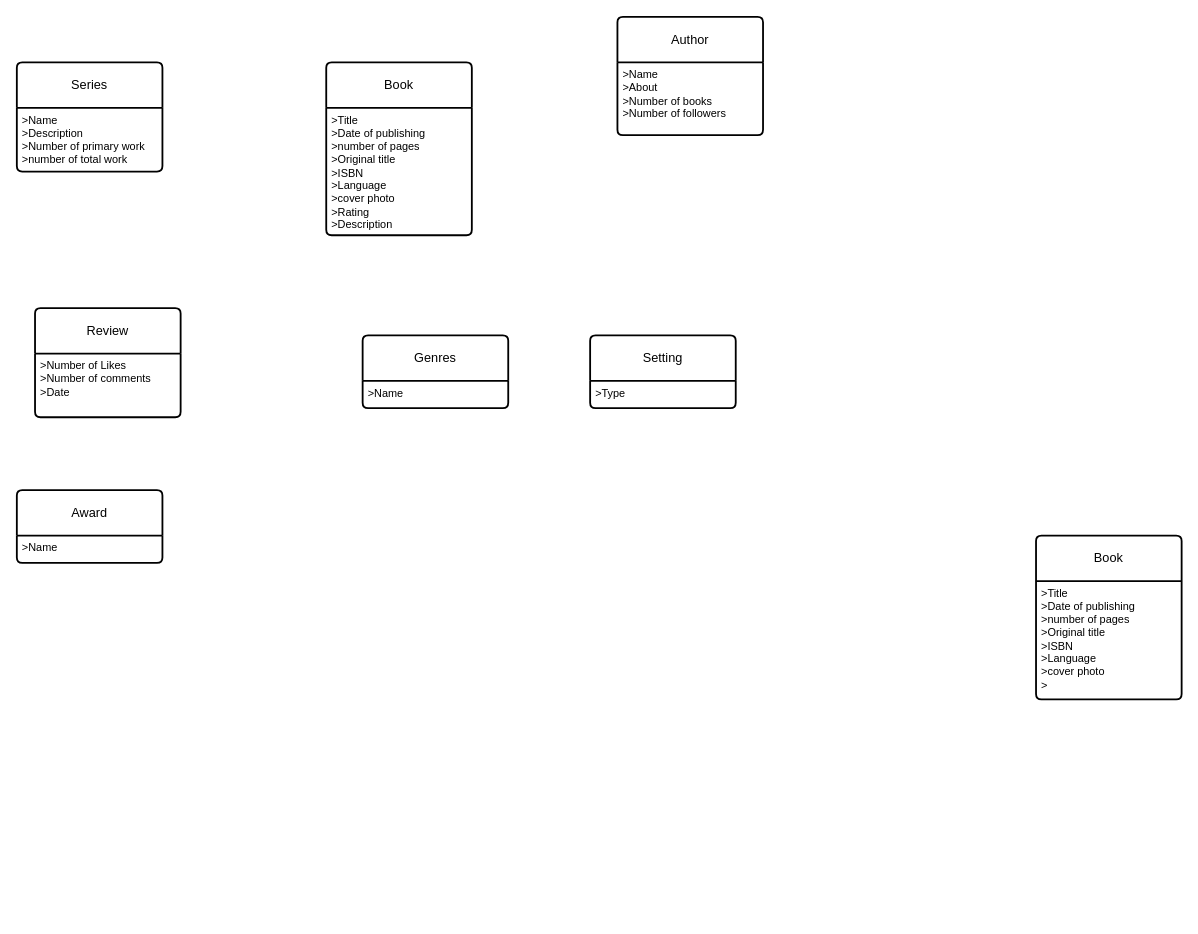
This is Untitled Diagram.drawio from AyushSaxena01/erd, a draw.io file, before an edit. Source tidied: cells renumbered, new cells numbered last; positions are measured from the earlier drawing's top-left corner, leaving out a move shared by most shapes. Both pictures are drawn from the tidied source at 91%, with x=0, y=0 at pixel (16, 16).
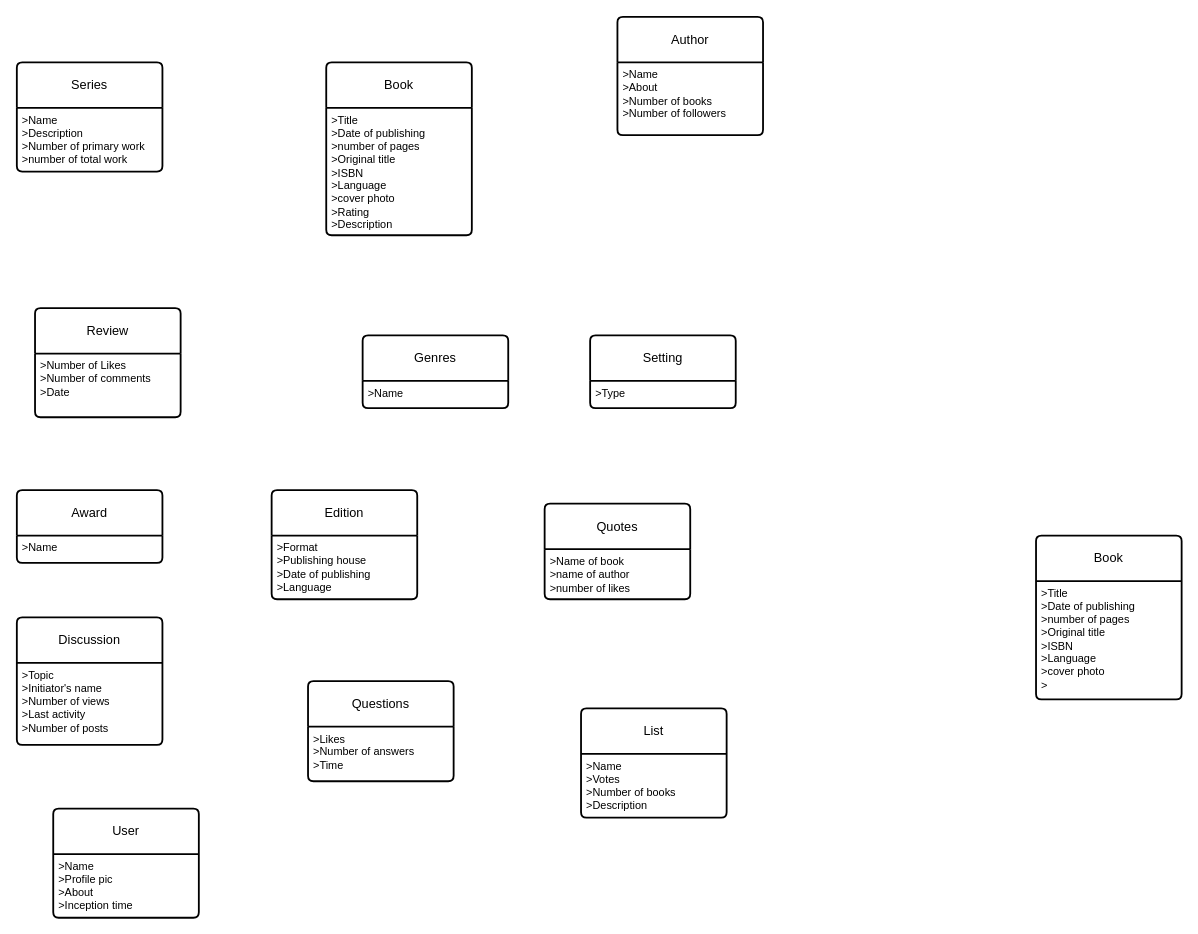
Above is the later version.

What changed in the source:
```diff
@@
+    <mxCell id="18" value="Edition" style="swimlane;horizontal=1;startSize=50;rounded=1;fontSize=14;fontStyle=0;strokeWidth=2;shadow=0;dashed=0;align=center;arcSize=4;whiteSpace=wrap;html=1;" parent="1" vertex="1">
+      <mxGeometry x="280" y="520" width="160" height="120" as="geometry" />
+    </mxCell>
+    <mxCell id="19" value="&amp;gt;Format&lt;br&gt;&amp;gt;Publishing house&lt;br&gt;&amp;gt;Date of publishing&lt;br&gt;&amp;gt;Language" style="align=left;strokeColor=none;fillColor=none;spacingLeft=4;fontSize=12;verticalAlign=top;html=1;" parent="18" vertex="1">
+      <mxGeometry y="50" width="160" height="70" as="geometry" />
+    </mxCell>
+    <mxCell id="20" value="Quotes" style="swimlane;horizontal=1;startSize=50;rounded=1;fontSize=14;fontStyle=0;strokeWidth=2;shadow=0;dashed=0;align=center;arcSize=4;whiteSpace=wrap;html=1;" parent="1" vertex="1">
+      <mxGeometry x="580" y="535" width="160" height="105" as="geometry" />
+    </mxCell>
+    <mxCell id="21" value="&amp;gt;Name of book&lt;br&gt;&amp;gt;name of author&lt;br&gt;&amp;gt;number of likes" style="align=left;strokeColor=none;fillColor=none;spacingLeft=4;fontSize=12;verticalAlign=top;html=1;" parent="20" vertex="1">
+      <mxGeometry y="50" width="160" height="55" as="geometry" />
+    </mxCell>
+    <mxCell id="22" value="Discussion" style="swimlane;horizontal=1;startSize=50;rounded=1;fontSize=14;fontStyle=0;strokeWidth=2;shadow=0;dashed=0;align=center;arcSize=4;whiteSpace=wrap;html=1;" parent="1" vertex="1">
+      <mxGeometry y="660" width="160" height="140" as="geometry" />
+    </mxCell>
+    <mxCell id="23" value="&amp;gt;Topic&lt;br&gt;&amp;gt;Initiator's name&lt;br&gt;&amp;gt;Number of views&lt;br&gt;&amp;gt;Last activity&lt;br&gt;&amp;gt;Number of posts" style="align=left;strokeColor=none;fillColor=none;spacingLeft=4;fontSize=12;verticalAlign=top;html=1;" parent="22" vertex="1">
+      <mxGeometry y="50" width="160" height="90" as="geometry" />
+    </mxCell>
+    <mxCell id="24" value="Questions" style="swimlane;horizontal=1;startSize=50;rounded=1;fontSize=14;fontStyle=0;strokeWidth=2;shadow=0;dashed=0;align=center;arcSize=4;whiteSpace=wrap;html=1;" parent="1" vertex="1">
+      <mxGeometry x="320" y="730" width="160" height="110" as="geometry" />
+    </mxCell>
+    <mxCell id="25" value="&amp;gt;Likes&lt;br&gt;&amp;gt;Number of answers&lt;br&gt;&amp;gt;Time" style="align=left;strokeColor=none;fillColor=none;spacingLeft=4;fontSize=12;verticalAlign=top;html=1;" parent="24" vertex="1">
+      <mxGeometry y="50" width="160" height="60" as="geometry" />
+    </mxCell>
+    <mxCell id="26" value="List" style="swimlane;horizontal=1;startSize=50;rounded=1;fontSize=14;fontStyle=0;strokeWidth=2;shadow=0;dashed=0;align=center;arcSize=4;whiteSpace=wrap;html=1;" parent="1" vertex="1">
+      <mxGeometry x="620" y="760" width="160" height="120" as="geometry" />
+    </mxCell>
+    <mxCell id="27" value="&amp;gt;Name&lt;br&gt;&amp;gt;Votes&lt;br&gt;&amp;gt;Number of books&lt;br&gt;&amp;gt;Description&lt;br&gt;" style="align=left;strokeColor=none;fillColor=none;spacingLeft=4;fontSize=12;verticalAlign=top;html=1;" parent="26" vertex="1">
+      <mxGeometry y="50" width="160" height="70" as="geometry" />
+    </mxCell>
+    <mxCell id="28" value="User" style="swimlane;horizontal=1;startSize=50;rounded=1;fontSize=14;fontStyle=0;strokeWidth=2;shadow=0;dashed=0;align=center;arcSize=4;whiteSpace=wrap;html=1;" parent="1" vertex="1">
+      <mxGeometry x="40" y="870" width="160" height="120" as="geometry" />
+    </mxCell>
+    <mxCell id="29" value="&amp;gt;Name&lt;br&gt;&amp;gt;Profile pic&lt;br&gt;&amp;gt;About&lt;br&gt;&amp;gt;Inception time" style="align=left;strokeColor=none;fillColor=none;spacingLeft=4;fontSize=12;verticalAlign=top;html=1;" parent="28" vertex="1">
+      <mxGeometry y="50" width="160" height="70" as="geometry" />
+    </mxCell>
```
